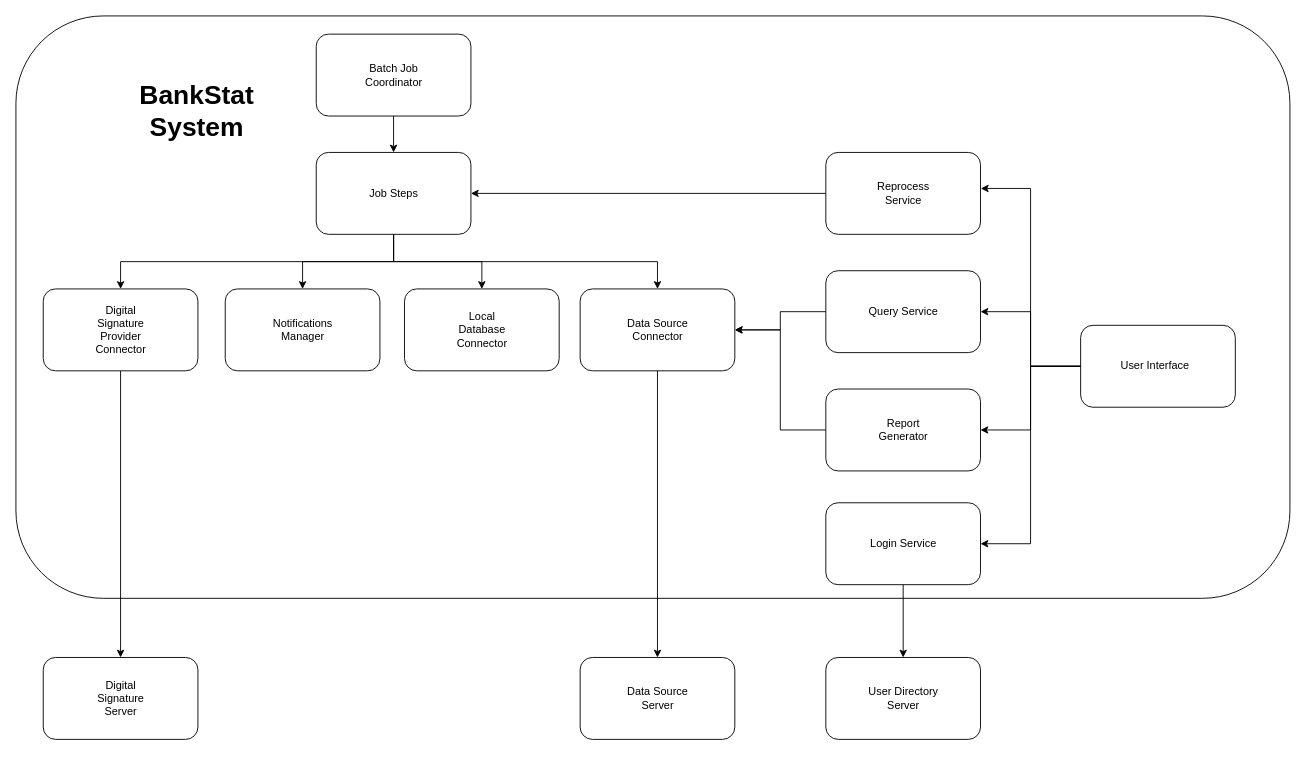
YuhangChan/Diagrams keeps this draw.io diagram as 迭代一架构.drawio. Above is the earlier version. Source tidied: cells renumbered, new cells numbered last; positions are measured from the earlier drawing's top-left corner, leaving out a move shared by most shapes. Both pictures are drawn from the tidied source at 91%, with x=0, y=0 at pixel (15, 15).
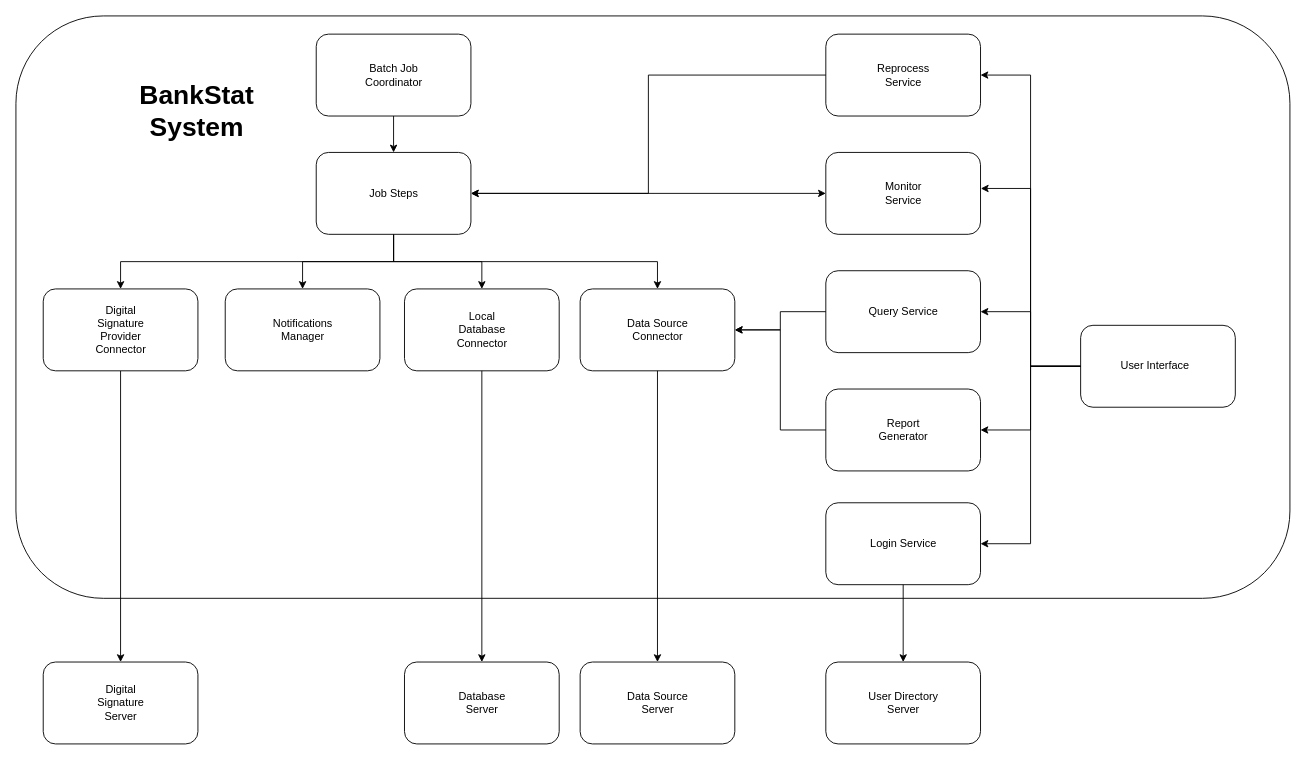
The same page after the edit.

Commit message:
更新迭代一架构.drawio

The change refers to these unchanged cells:
```xml
<mxCell id="2" style="group;" parent="1" vertex="1">
  <mxGeometry x="30" y="20" width="1370" height="770" as="geometry" />
</mxCell>
<mxCell id="15" style="rounded=1;whiteSpace=wrap;html=1;" parent="14" vertex="1">
  <mxGeometry width="170" height="90" as="geometry" />
</mxCell>
<mxCell id="17" style="group;" parent="2" vertex="1">
  <mxGeometry x="860" y="130" width="170" height="90" as="geometry" />
</mxCell>
<mxCell id="18" style="rounded=1;whiteSpace=wrap;html=1;" parent="17" vertex="1">
  <mxGeometry width="170" height="90" as="geometry" />
</mxCell>
<mxCell id="45" style="rounded=1;whiteSpace=wrap;html=1;" parent="44" vertex="1">
  <mxGeometry width="170" height="90" as="geometry" />
</mxCell>
<mxCell id="54" style="rounded=1;whiteSpace=wrap;html=1;" parent="53" vertex="1">
  <mxGeometry width="170" height="90" as="geometry" />
</mxCell>
```

Change to the diagram source:
```diff
@@
     <mxCell id="4" style="group;" parent="2" vertex="1">
-      <mxGeometry x="860" y="685" width="170" height="90" as="geometry" />
+      <mxGeometry x="860" y="690" width="170" height="90" as="geometry" />
     </mxCell>
@@
     <mxCell id="7" style="group;" parent="2" vertex="1">
-      <mxGeometry y="685" width="170" height="90" as="geometry" />
+      <mxGeometry y="690" width="170" height="90" as="geometry" />
     </mxCell>
@@
     <mxCell id="11" style="group;" parent="2" vertex="1">
-      <mxGeometry x="590" y="685" width="170" height="90" as="geometry" />
+      <mxGeometry x="590" y="690" width="170" height="90" as="geometry" />
     </mxCell>
@@
-    <mxCell id="19" value="Reprocess Service" style="text;html=1;align=center;verticalAlign=middle;whiteSpace=wrap;rounded=0;" parent="17" vertex="1">
+    <mxCell id="19" value="Monitor Service" style="text;html=1;align=center;verticalAlign=middle;whiteSpace=wrap;rounded=0;" parent="17" vertex="1">
       <mxGeometry x="42.5" y="22.5" width="85" height="45" as="geometry" />
     </mxCell>
@@
-    <mxCell id="52" style="edgeStyle=orthogonalEdgeStyle;rounded=0;jettySize=auto;html=1;exitX=0;exitY=0.5;exitDx=0;exitDy=0;entryX=1;entryY=0.5;entryDx=0;entryDy=0;" parent="2" edge="1" source="18" target="45">
-      <mxGeometry relative="1" as="geometry" />
-    </mxCell>
@@
+    <mxCell id="61" style="group;" parent="2" vertex="1">
+      <mxGeometry x="397" y="690" width="170" height="90" as="geometry" />
+    </mxCell>
+    <mxCell id="62" style="rounded=1;whiteSpace=wrap;html=1;" parent="61" vertex="1">
+      <mxGeometry width="170" height="90" as="geometry" />
+    </mxCell>
+    <mxCell id="63" value="Database Server" style="text;html=1;align=center;verticalAlign=middle;whiteSpace=wrap;rounded=0;" parent="61" vertex="1">
+      <mxGeometry x="42.5" y="22.5" width="85" height="45" as="geometry" />
+    </mxCell>
+    <mxCell id="64" style="edgeStyle=orthogonalEdgeStyle;rounded=0;jettySize=auto;html=1;exitX=0.5;exitY=1;exitDx=0;exitDy=0;entryX=0.5;entryY=0;entryDx=0;entryDy=0;" parent="2" edge="1" source="54" target="62">
+      <mxGeometry relative="1" as="geometry" />
+    </mxCell>
+    <mxCell id="65" style="group;" parent="2" vertex="1">
+      <mxGeometry x="860" width="170" height="90" as="geometry" />
+    </mxCell>
+    <mxCell id="66" style="rounded=1;whiteSpace=wrap;html=1;" parent="65" vertex="1">
+      <mxGeometry width="170" height="90" as="geometry" />
+    </mxCell>
+    <mxCell id="67" value="Reprocess Service" style="text;html=1;align=center;verticalAlign=middle;whiteSpace=wrap;rounded=0;" parent="65" vertex="1">
+      <mxGeometry x="42.5" y="22.5" width="85" height="45" as="geometry" />
+    </mxCell>
+    <mxCell id="68" style="edgeStyle=orthogonalEdgeStyle;rounded=0;jettySize=auto;html=1;exitX=0;exitY=0.5;exitDx=0;exitDy=0;entryX=1;entryY=0.5;entryDx=0;entryDy=0;" parent="2" edge="1" source="66" target="45">
+      <mxGeometry relative="1" as="geometry" />
+    </mxCell>
+    <mxCell id="69" style="endArrow=classic;startArrow=classic;html=1;rounded=0;entryX=0;entryY=0.5;entryDx=0;entryDy=0;exitX=1;exitY=0.5;exitDx=0;exitDy=0;" parent="2" edge="1" source="45" target="18">
+      <mxGeometry relative="1" as="geometry" />
+    </mxCell>
+    <mxCell id="70" style="edgeStyle=orthogonalEdgeStyle;rounded=0;jettySize=auto;html=1;exitX=0;exitY=0.5;exitDx=0;exitDy=0;entryX=1;entryY=0.5;entryDx=0;entryDy=0;" parent="2" edge="1" source="15" target="66">
+      <mxGeometry relative="1" as="geometry" />
+    </mxCell>
```
